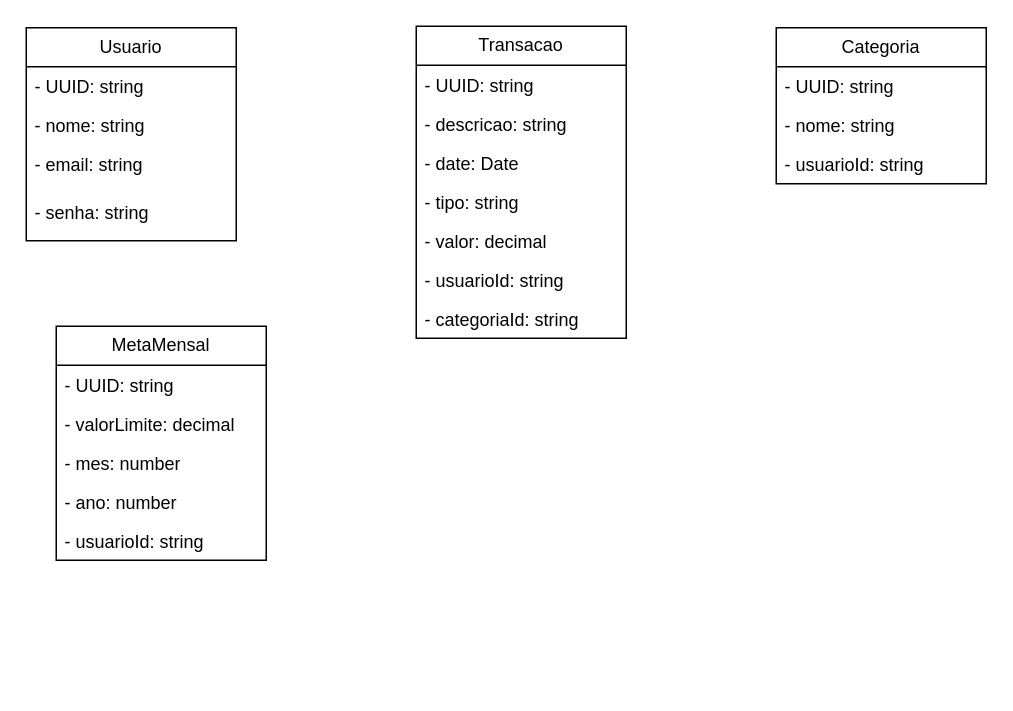
The draw.io diagram page "Diagrama de classes" (1 of 2) of Diagramas_Sis-GastosPessoais.drawio in Guilherme-Domingos/Draw.io, before the edit. Source tidied: cells renumbered, new cells numbered last; positions are measured from the earlier drawing's top-left corner, leaving out a move shared by most shapes. Both pictures are drawn from the tidied source at 150%, with x=0, y=0 at pixel (26, 26).
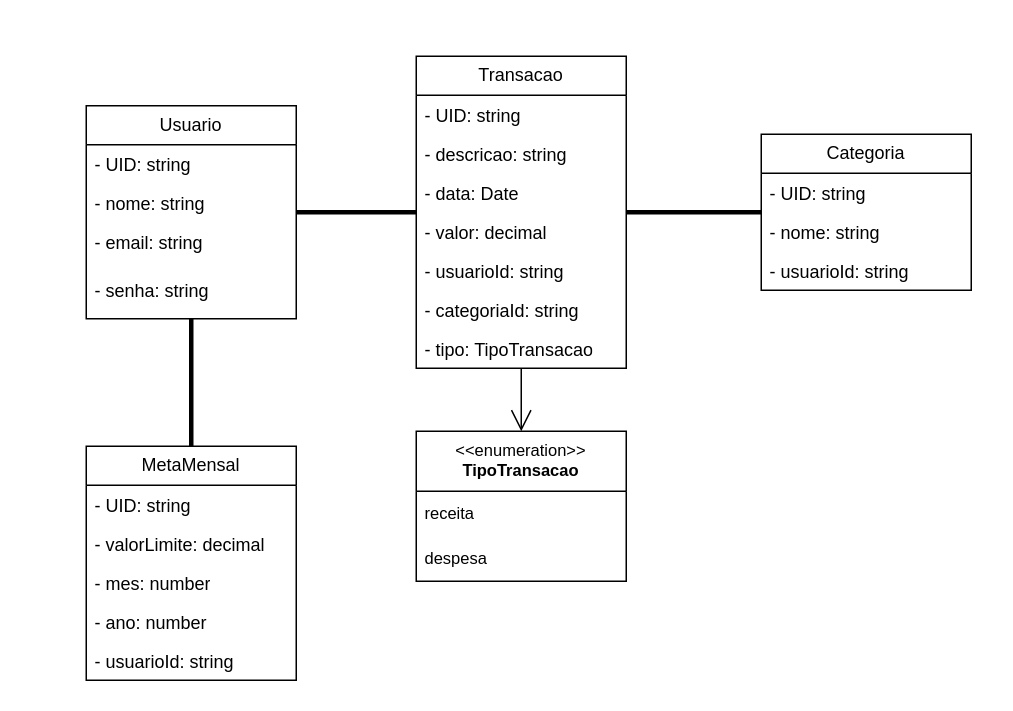
The same page after the edit.

Change to the diagram source:
```diff
@@
     <mxCell id="2" value="Usuario" style="swimlane;fontStyle=0;horizontal=1;startSize=26;fillColor=none;whiteSpace=wrap;html=1;" parent="1" vertex="1">
-      <mxGeometry y="1" width="140" height="142" as="geometry" />
+      <mxGeometry x="40" y="53" width="140" height="142" as="geometry" />
     </mxCell>
-    <mxCell id="3" value="- UUID: string" style="text;strokeColor=none;fillColor=none;align=left;verticalAlign=top;spacingLeft=4;spacingRight=4;overflow=hidden;whiteSpace=wrap;html=1;" parent="2" vertex="1">
+    <mxCell id="3" value="- UID: string" style="text;strokeColor=none;fillColor=none;align=left;verticalAlign=top;spacingLeft=4;spacingRight=4;overflow=hidden;whiteSpace=wrap;html=1;" parent="2" vertex="1">
       <mxGeometry y="26" width="140" height="26" as="geometry" />
     </mxCell>
@@
     <mxCell id="7" value="Transacao" style="swimlane;fontStyle=0;horizontal=1;startSize=26;fillColor=none;whiteSpace=wrap;html=1;" parent="1" vertex="1">
-      <mxGeometry x="260" width="140" height="208" as="geometry" />
+      <mxGeometry x="260" y="20" width="140" height="208" as="geometry" />
     </mxCell>
-    <mxCell id="8" value="- UUID: string" style="text;strokeColor=none;fillColor=none;align=left;verticalAlign=top;spacingLeft=4;spacingRight=4;overflow=hidden;whiteSpace=wrap;html=1;" parent="7" vertex="1">
+    <mxCell id="8" value="- UID: string" style="text;strokeColor=none;fillColor=none;align=left;verticalAlign=top;spacingLeft=4;spacingRight=4;overflow=hidden;whiteSpace=wrap;html=1;" parent="7" vertex="1">
       <mxGeometry y="26" width="140" height="26" as="geometry" />
     </mxCell>
@@
-    <mxCell id="10" value="- date: Date" style="text;strokeColor=none;fillColor=none;align=left;verticalAlign=top;spacingLeft=4;spacingRight=4;overflow=hidden;whiteSpace=wrap;html=1;" parent="7" vertex="1">
+    <mxCell id="10" value="- data: Date" style="text;strokeColor=none;fillColor=none;align=left;verticalAlign=top;spacingLeft=4;spacingRight=4;overflow=hidden;whiteSpace=wrap;html=1;" parent="7" vertex="1">
       <mxGeometry y="78" width="140" height="26" as="geometry" />
     </mxCell>
-    <mxCell id="11" value="- tipo: string" style="text;strokeColor=none;fillColor=none;align=left;verticalAlign=top;spacingLeft=4;spacingRight=4;overflow=hidden;whiteSpace=wrap;html=1;" parent="7" vertex="1">
-      <mxGeometry y="104" width="140" height="26" as="geometry" />
-    </mxCell>
     <mxCell id="12" value="- valor: decimal" style="text;strokeColor=none;fillColor=none;align=left;verticalAlign=top;spacingLeft=4;spacingRight=4;overflow=hidden;whiteSpace=wrap;html=1;" parent="7" vertex="1">
-      <mxGeometry y="130" width="140" height="26" as="geometry" />
+      <mxGeometry y="104" width="140" height="26" as="geometry" />
     </mxCell>
     <mxCell id="13" value="- usuarioId: string" style="text;strokeColor=none;fillColor=none;align=left;verticalAlign=top;spacingLeft=4;spacingRight=4;overflow=hidden;whiteSpace=wrap;html=1;" parent="7" vertex="1">
-      <mxGeometry y="156" width="140" height="26" as="geometry" />
+      <mxGeometry y="130" width="140" height="26" as="geometry" />
     </mxCell>
     <mxCell id="14" value="- categoriaId: string" style="text;strokeColor=none;fillColor=none;align=left;verticalAlign=top;spacingLeft=4;spacingRight=4;overflow=hidden;whiteSpace=wrap;html=1;" parent="7" vertex="1">
-      <mxGeometry y="182" width="140" height="26" as="geometry" />
+      <mxGeometry y="156" width="140" height="26" as="geometry" />
     </mxCell>
+    <mxCell id="25" value="- tipo: TipoTransacao" style="text;strokeColor=none;fillColor=none;align=left;verticalAlign=top;spacingLeft=4;spacingRight=4;overflow=hidden;whiteSpace=wrap;html=1;" parent="7" vertex="1">
+      <mxGeometry y="182" width="140" height="26" as="geometry" />
+    </mxCell>
     <mxCell id="15" value="Categoria" style="swimlane;fontStyle=0;horizontal=1;startSize=26;fillColor=none;whiteSpace=wrap;html=1;" parent="1" vertex="1">
-      <mxGeometry x="500" y="1" width="140" height="104" as="geometry" />
+      <mxGeometry x="490" y="72" width="140" height="104" as="geometry" />
     </mxCell>
-    <mxCell id="16" value="- UUID: string" style="text;strokeColor=none;fillColor=none;align=left;verticalAlign=top;spacingLeft=4;spacingRight=4;overflow=hidden;whiteSpace=wrap;html=1;" parent="15" vertex="1">
+    <mxCell id="16" value="- UID: string" style="text;strokeColor=none;fillColor=none;align=left;verticalAlign=top;spacingLeft=4;spacingRight=4;overflow=hidden;whiteSpace=wrap;html=1;" parent="15" vertex="1">
       <mxGeometry y="26" width="140" height="26" as="geometry" />
     </mxCell>
@@
     <mxCell id="19" value="MetaMensal" style="swimlane;fontStyle=0;horizontal=1;startSize=26;fillColor=none;whiteSpace=wrap;html=1;" parent="1" vertex="1">
-      <mxGeometry x="20" y="200" width="140" height="156" as="geometry" />
+      <mxGeometry x="40" y="280" width="140" height="156" as="geometry" />
     </mxCell>
-    <mxCell id="20" value="- UUID: string" style="text;strokeColor=none;fillColor=none;align=left;verticalAlign=top;spacingLeft=4;spacingRight=4;overflow=hidden;whiteSpace=wrap;html=1;" parent="19" vertex="1">
+    <mxCell id="20" value="- UID: string" style="text;strokeColor=none;fillColor=none;align=left;verticalAlign=top;spacingLeft=4;spacingRight=4;overflow=hidden;whiteSpace=wrap;html=1;" parent="19" vertex="1">
       <mxGeometry y="26" width="140" height="26" as="geometry" />
     </mxCell>
@@
+    <mxCell id="26" style="endArrow=none;startArrow=none;endFill=0;startFill=0;endSize=8;html=1;verticalAlign=bottom;labelBackgroundColor=none;strokeWidth=3;rounded=0;" parent="1" edge="1" source="2" target="7">
+      <mxGeometry relative="1" as="geometry" />
+    </mxCell>
+    <mxCell id="27" style="endArrow=none;startArrow=none;endFill=0;startFill=0;endSize=8;html=1;verticalAlign=bottom;labelBackgroundColor=none;strokeWidth=3;rounded=0;" parent="1" edge="1" source="7" target="15">
+      <mxGeometry relative="1" as="geometry" />
+    </mxCell>
+    <mxCell id="28" style="endArrow=none;startArrow=none;endFill=0;startFill=0;endSize=8;html=1;verticalAlign=bottom;labelBackgroundColor=none;strokeWidth=3;rounded=0;" parent="1" edge="1" source="2" target="19">
+      <mxGeometry relative="1" as="geometry" />
+    </mxCell>
+    <mxCell id="29" value="&amp;lt;&amp;lt;enumeration&amp;gt;&amp;gt;&lt;br&gt;&lt;b&gt;TipoTransacao&lt;/b&gt;" style="swimlane;fontStyle=0;align=center;verticalAlign=top;horizontal=1;startSize=40;html=1;whiteSpace=wrap;fontFamily=Helvetica;fontSize=11;fontColor=default;labelBackgroundColor=default;" parent="1" vertex="1">
+      <mxGeometry x="260" y="270" width="140" height="100" as="geometry" />
+    </mxCell>
+    <mxCell id="30" value="receita" style="text;html=1;strokeColor=none;fillColor=none;align=left;verticalAlign=middle;spacingLeft=4;spacingRight=4;overflow=hidden;whiteSpace=wrap;fontFamily=Helvetica;fontSize=11;fontColor=default;labelBackgroundColor=default;" parent="29" vertex="1">
+      <mxGeometry y="40" width="140" height="30" as="geometry" />
+    </mxCell>
+    <mxCell id="31" value="despesa" style="text;html=1;strokeColor=none;fillColor=none;align=left;verticalAlign=middle;spacingLeft=4;spacingRight=4;overflow=hidden;whiteSpace=wrap;fontFamily=Helvetica;fontSize=11;fontColor=default;labelBackgroundColor=default;" parent="29" vertex="1">
+      <mxGeometry y="70" width="140" height="30" as="geometry" />
+    </mxCell>
+    <mxCell id="32" style="endArrow=open;endFill=1;endSize=12;html=1;rounded=0;strokeColor=default;align=center;verticalAlign=middle;fontFamily=Helvetica;fontSize=11;fontColor=default;labelBackgroundColor=default;" parent="1" edge="1" source="7" target="29">
+      <mxGeometry relative="1" as="geometry" />
+    </mxCell>
```
